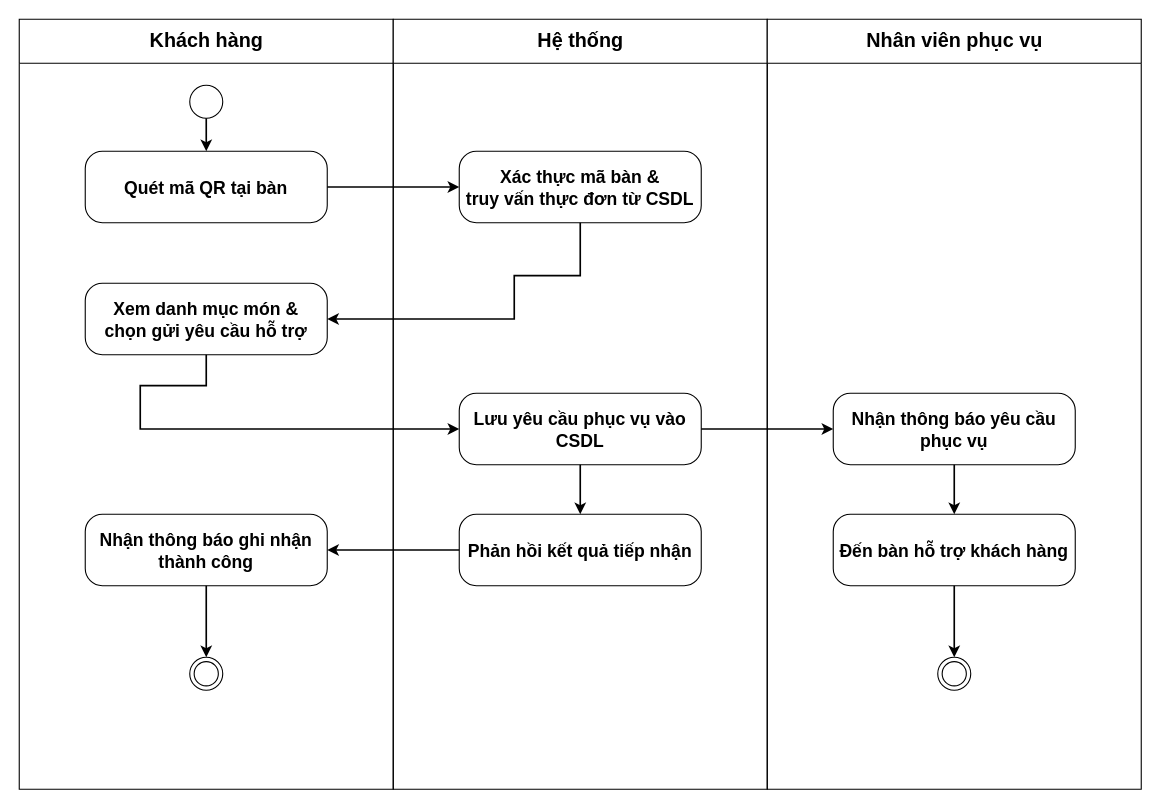
Before: docs/phase1/drawio/ad13_qr_menu_service_request.drawio in AndrewQng/VinDining, a draw.io diagram. Source tidied: cells renumbered, new cells numbered last; positions are measured from the earlier drawing's top-left corner, leaving out a move shared by most shapes. Both pictures are drawn from the tidied source at 110%, with x=0, y=0 at pixel (19, 19).
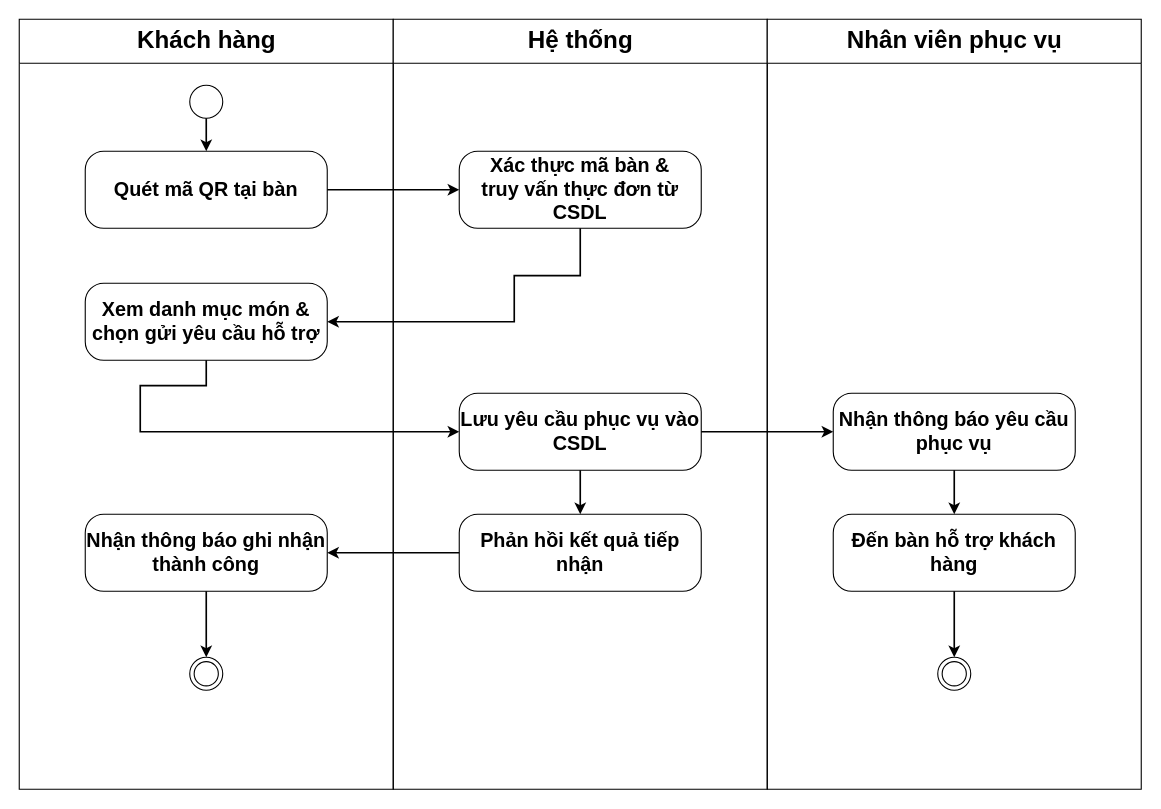
After the change.

The edit, as a diff of the source:
```diff
@@
-    <mxCell id="2" value="Khách hàng" style="swimlane;html=1;startSize=40;horizontal=1;fontStyle=1;fontSize=18;align=center;verticalAlign=middle;swimlaneLine=1;" parent="1" vertex="1">
+    <mxCell id="2" value="Khách hàng" style="swimlane;html=1;startSize=40;horizontal=1;fontStyle=1;fontSize=22;align=center;verticalAlign=middle;swimlaneLine=1;" parent="1" vertex="1">
       <mxGeometry width="340" height="700" as="geometry" />
     </mxCell>
@@
-    <mxCell id="4" value="Quét mã QR tại bàn" style="rounded=1;arcSize=24;whiteSpace=wrap;html=1;fontStyle=1;fontSize=16;align=center;verticalAlign=middle;" parent="2" vertex="1">
-      <mxGeometry x="60" y="120" width="220" height="65" as="geometry" />
+    <mxCell id="4" value="Quét mã QR tại bàn" style="rounded=1;arcSize=24;whiteSpace=wrap;html=1;fontStyle=1;fontSize=18;align=center;verticalAlign=middle;" parent="2" vertex="1">
+      <mxGeometry x="60" y="120" width="220" height="70" as="geometry" />
     </mxCell>
-    <mxCell id="5" value="Xem danh mục món &amp;amp;&lt;br&gt;chọn gửi yêu cầu hỗ trợ" style="rounded=1;arcSize=24;whiteSpace=wrap;html=1;fontStyle=1;fontSize=16;align=center;verticalAlign=middle;" parent="2" vertex="1">
-      <mxGeometry x="60" y="240" width="220" height="65" as="geometry" />
+    <mxCell id="5" value="Xem danh mục món &amp;amp;&lt;br&gt;chọn gửi yêu cầu hỗ trợ" style="rounded=1;arcSize=24;whiteSpace=wrap;html=1;fontStyle=1;fontSize=18;align=center;verticalAlign=middle;" parent="2" vertex="1">
+      <mxGeometry x="60" y="240" width="220" height="70" as="geometry" />
     </mxCell>
-    <mxCell id="6" value="Nhận thông báo ghi nhận thành công" style="rounded=1;arcSize=24;whiteSpace=wrap;html=1;fontStyle=1;fontSize=16;align=center;verticalAlign=middle;" parent="2" vertex="1">
-      <mxGeometry x="60" y="450" width="220" height="65" as="geometry" />
+    <mxCell id="6" value="Nhận thông báo ghi nhận thành công" style="rounded=1;arcSize=24;whiteSpace=wrap;html=1;fontStyle=1;fontSize=18;align=center;verticalAlign=middle;" parent="2" vertex="1">
+      <mxGeometry x="60" y="450" width="220" height="70" as="geometry" />
     </mxCell>
@@
-    <mxCell id="10" value="Hệ thống" style="swimlane;html=1;startSize=40;horizontal=1;fontStyle=1;fontSize=18;align=center;verticalAlign=middle;swimlaneLine=1;" parent="1" vertex="1">
+    <mxCell id="10" value="Hệ thống" style="swimlane;html=1;startSize=40;horizontal=1;fontStyle=1;fontSize=22;align=center;verticalAlign=middle;swimlaneLine=1;" parent="1" vertex="1">
       <mxGeometry x="340" width="340" height="700" as="geometry" />
     </mxCell>
-    <mxCell id="11" value="Xác thực mã bàn &amp;amp;&lt;br&gt;truy vấn thực đơn từ CSDL" style="rounded=1;arcSize=24;whiteSpace=wrap;html=1;fontStyle=1;fontSize=16;align=center;verticalAlign=middle;" parent="10" vertex="1">
-      <mxGeometry x="60" y="120" width="220" height="65" as="geometry" />
+    <mxCell id="11" value="Xác thực mã bàn &amp;amp;&lt;br&gt;truy vấn thực đơn từ CSDL" style="rounded=1;arcSize=24;whiteSpace=wrap;html=1;fontStyle=1;fontSize=18;align=center;verticalAlign=middle;" parent="10" vertex="1">
+      <mxGeometry x="60" y="120" width="220" height="70" as="geometry" />
     </mxCell>
-    <mxCell id="12" value="Lưu yêu cầu phục vụ vào CSDL" style="rounded=1;arcSize=24;whiteSpace=wrap;html=1;fontStyle=1;fontSize=16;align=center;verticalAlign=middle;" parent="10" vertex="1">
-      <mxGeometry x="60" y="340" width="220" height="65" as="geometry" />
+    <mxCell id="12" value="Lưu yêu cầu phục vụ vào CSDL" style="rounded=1;arcSize=24;whiteSpace=wrap;html=1;fontStyle=1;fontSize=18;align=center;verticalAlign=middle;" parent="10" vertex="1">
+      <mxGeometry x="60" y="340" width="220" height="70" as="geometry" />
     </mxCell>
-    <mxCell id="13" value="Phản hồi kết quả tiếp nhận" style="rounded=1;arcSize=24;whiteSpace=wrap;html=1;fontStyle=1;fontSize=16;align=center;verticalAlign=middle;" parent="10" vertex="1">
-      <mxGeometry x="60" y="450" width="220" height="65" as="geometry" />
+    <mxCell id="13" value="Phản hồi kết quả tiếp nhận" style="rounded=1;arcSize=24;whiteSpace=wrap;html=1;fontStyle=1;fontSize=18;align=center;verticalAlign=middle;" parent="10" vertex="1">
+      <mxGeometry x="60" y="450" width="220" height="70" as="geometry" />
     </mxCell>
@@
-    <mxCell id="15" value="Nhân viên phục vụ" style="swimlane;html=1;startSize=40;horizontal=1;fontStyle=1;fontSize=18;align=center;verticalAlign=middle;swimlaneLine=1;" parent="1" vertex="1">
+    <mxCell id="15" value="Nhân viên phục vụ" style="swimlane;html=1;startSize=40;horizontal=1;fontStyle=1;fontSize=22;align=center;verticalAlign=middle;swimlaneLine=1;" parent="1" vertex="1">
       <mxGeometry x="680" width="340" height="700" as="geometry" />
     </mxCell>
-    <mxCell id="16" value="Nhận thông báo yêu cầu phục vụ" style="rounded=1;arcSize=24;whiteSpace=wrap;html=1;fontStyle=1;fontSize=16;align=center;verticalAlign=middle;" parent="15" vertex="1">
-      <mxGeometry x="60" y="340" width="220" height="65" as="geometry" />
+    <mxCell id="16" value="Nhận thông báo yêu cầu phục vụ" style="rounded=1;arcSize=24;whiteSpace=wrap;html=1;fontStyle=1;fontSize=18;align=center;verticalAlign=middle;" parent="15" vertex="1">
+      <mxGeometry x="60" y="340" width="220" height="70" as="geometry" />
     </mxCell>
-    <mxCell id="17" value="Đến bàn hỗ trợ khách hàng" style="rounded=1;arcSize=24;whiteSpace=wrap;html=1;fontStyle=1;fontSize=16;align=center;verticalAlign=middle;" parent="15" vertex="1">
-      <mxGeometry x="60" y="450" width="220" height="65" as="geometry" />
+    <mxCell id="17" value="Đến bàn hỗ trợ khách hàng" style="rounded=1;arcSize=24;whiteSpace=wrap;html=1;fontStyle=1;fontSize=18;align=center;verticalAlign=middle;" parent="15" vertex="1">
+      <mxGeometry x="60" y="450" width="220" height="70" as="geometry" />
     </mxCell>
```
